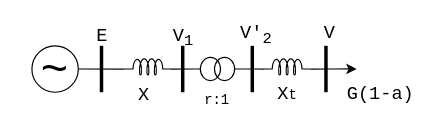
The draw.io diagram LTC_Diagram.drawio in thece36/drawio, before the edit. Source tidied: cells renumbered, new cells numbered last; positions are measured from the earlier drawing's top-left corner, leaving out a move shared by most shapes. Both pictures are drawn from the tidied source at 116%, with x=0, y=0 at pixel (31, 20).
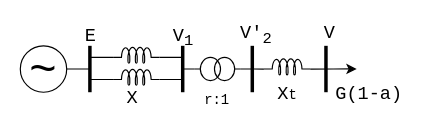
After the change.

The change refers to these unchanged cells:
```xml
<mxCell id="10" style="verticalLabelPosition=bottom;shadow=0;dashed=0;align=center;fillColor=#ffffff;html=1;verticalAlign=top;strokeWidth=1;shape=mxgraph.electrical.inductors.potential_transformer_2;" parent="1" vertex="1">
  <mxGeometry x="140" y="32" width="40" height="20" as="geometry" />
</mxCell>
```

The edit, as a diff of the source:
```diff
@@
     <mxCell id="3" style="ellipse;whiteSpace=wrap;html=1;fillColor=none;" parent="1" vertex="1">
-      <mxGeometry y="22" width="40" height="40" as="geometry" />
+      <mxGeometry x="-10" y="22" width="40" height="40" as="geometry" />
     </mxCell>
     <mxCell id="4" value="&lt;font style=&quot;font-size: 40px&quot; face=&quot;Courier New&quot;&gt;~&lt;/font&gt;" style="text;html=1;align=left;verticalAlign=top;spacingTop=-4;" parent="1" vertex="1">
-      <mxGeometry x="6" y="18" width="40" height="20" as="geometry" />
+      <mxGeometry x="-4" y="18" width="40" height="20" as="geometry" />
     </mxCell>
     <mxCell id="5" style="edgeStyle=orthogonalEdgeStyle;rounded=0;jettySize=auto;html=1;exitX=1;exitY=0.645;exitDx=0;exitDy=0;exitPerimeter=0;entryX=0;entryY=0.5;entryDx=0;entryDy=0;entryPerimeter=0;endArrow=none;endFill=0;strokeWidth=1;" parent="1" edge="1" source="6" target="10">
-      <mxGeometry relative="1" as="geometry" />
+      <mxGeometry relative="1" as="geometry">
+        <Array as="points">
+          <mxPoint x="130" y="32" />
+          <mxPoint x="130" y="42" />
+        </Array>
+      </mxGeometry>
     </mxCell>
     <mxCell id="6" style="verticalLabelPosition=bottom;shadow=0;dashed=0;align=center;fillColor=#ffffff;html=1;verticalAlign=top;strokeWidth=1;shape=mxgraph.electrical.inductors.inductor_5;" parent="1" vertex="1">
-      <mxGeometry x="80" y="33" width="40" height="14" as="geometry" />
+      <mxGeometry x="70" y="23" width="40" height="14" as="geometry" />
     </mxCell>
@@
     <mxCell id="11" style="endArrow=none;html=1;strokeWidth=3;" parent="1" edge="1">
       <mxGeometry relative="1" as="geometry">
-        <mxPoint x="60" y="62" as="sourcePoint" />
-        <mxPoint x="60" y="22" as="targetPoint" />
+        <mxPoint x="50" y="62" as="sourcePoint" />
+        <mxPoint x="50" y="22" as="targetPoint" />
       </mxGeometry>
     </mxCell>
@@
     <mxCell id="15" value="&lt;font style=&quot;font-size: 16px&quot; face=&quot;Courier New&quot;&gt;E&lt;/font&gt;" style="text;html=1;align=left;verticalAlign=top;spacingTop=-4;" parent="1" vertex="1">
-      <mxGeometry x="54" y="2" width="30" height="20" as="geometry" />
+      <mxGeometry x="44" y="2" width="30" height="20" as="geometry" />
     </mxCell>
@@
     <mxCell id="19" value="&lt;font style=&quot;font-size: 16px&quot; face=&quot;Courier New&quot;&gt;X&lt;/font&gt;" style="text;html=1;align=left;verticalAlign=top;spacingTop=-4;" parent="1" vertex="1">
-      <mxGeometry x="90" y="53" width="30" height="20" as="geometry" />
+      <mxGeometry x="80" y="56" width="30" height="20" as="geometry" />
     </mxCell>
@@
     <mxCell id="21" value="&lt;font style=&quot;font-size: 16px&quot; face=&quot;Courier New&quot;&gt;G(1-a)&lt;/font&gt;" style="text;html=1;align=left;verticalAlign=top;spacingTop=-4;" parent="1" vertex="1">
-      <mxGeometry x="270" y="52" width="70" height="20" as="geometry" />
+      <mxGeometry x="260" y="52" width="70" height="20" as="geometry" />
     </mxCell>
@@
+    <mxCell id="23" style="edgeStyle=orthogonalEdgeStyle;rounded=0;jettySize=auto;html=1;exitX=0;exitY=0.645;exitDx=0;exitDy=0;exitPerimeter=0;endArrow=none;endFill=0;strokeWidth=1;" parent="1" edge="1" source="25">
+      <mxGeometry relative="1" as="geometry">
+        <mxPoint x="50" y="42" as="targetPoint" />
+      </mxGeometry>
+    </mxCell>
+    <mxCell id="24" style="edgeStyle=orthogonalEdgeStyle;rounded=0;jettySize=auto;html=1;exitX=1;exitY=0.645;exitDx=0;exitDy=0;exitPerimeter=0;endArrow=none;endFill=0;strokeWidth=1;" parent="1" edge="1" source="25">
+      <mxGeometry relative="1" as="geometry">
+        <mxPoint x="130" y="42" as="targetPoint" />
+        <Array as="points">
+          <mxPoint x="130" y="51" />
+          <mxPoint x="130" y="42" />
+        </Array>
+      </mxGeometry>
+    </mxCell>
+    <mxCell id="25" style="verticalLabelPosition=bottom;shadow=0;dashed=0;align=center;fillColor=#ffffff;html=1;verticalAlign=top;strokeWidth=1;shape=mxgraph.electrical.inductors.inductor_5;" parent="1" vertex="1">
+      <mxGeometry x="70" y="42" width="40" height="14" as="geometry" />
+    </mxCell>
```
